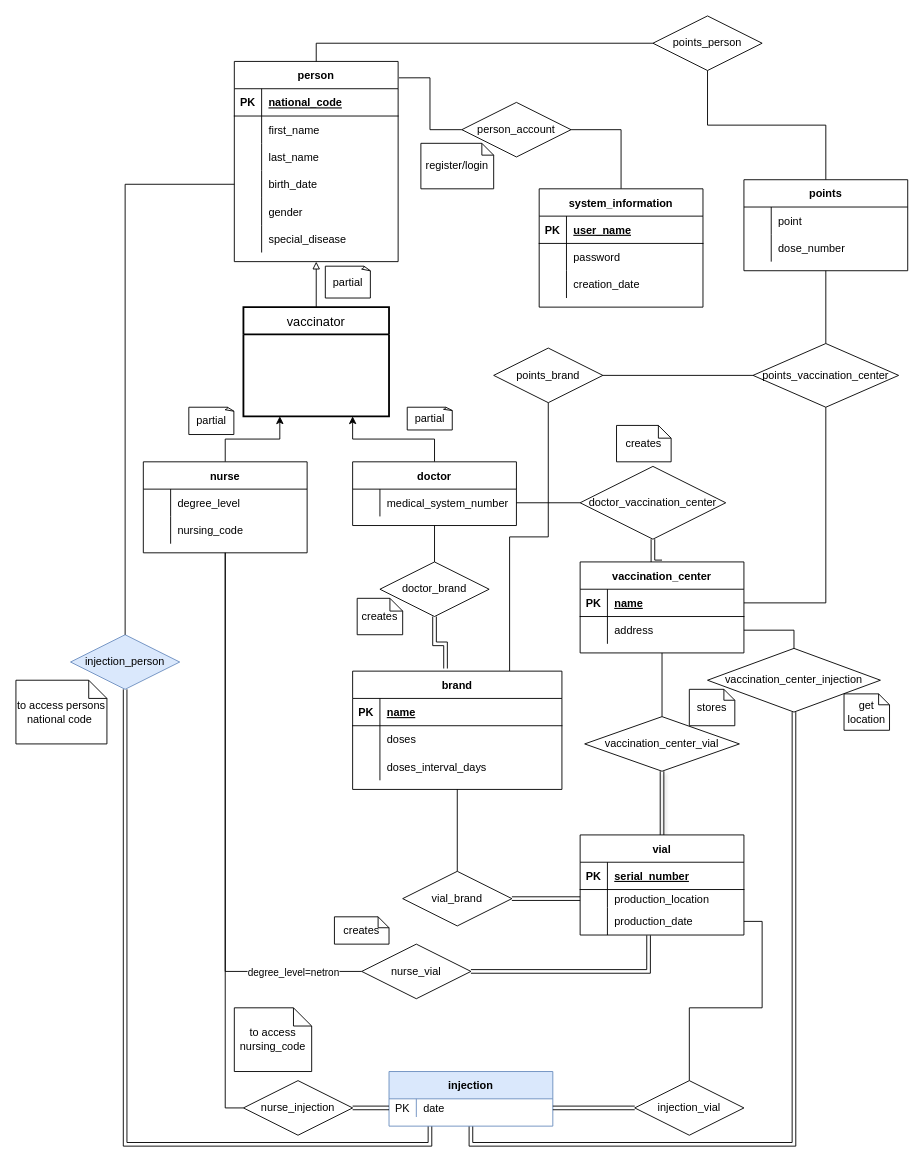
ali-moradzade/db-vaccination-center keeps this draw.io diagram as project.drawio. Above is the earlier version. Source tidied: cells renumbered, new cells numbered last; positions are measured from the earlier drawing's top-left corner, leaving out a move shared by most shapes. Both pictures are drawn from the tidied source at 91%, with x=0, y=0 at pixel (15, 15).
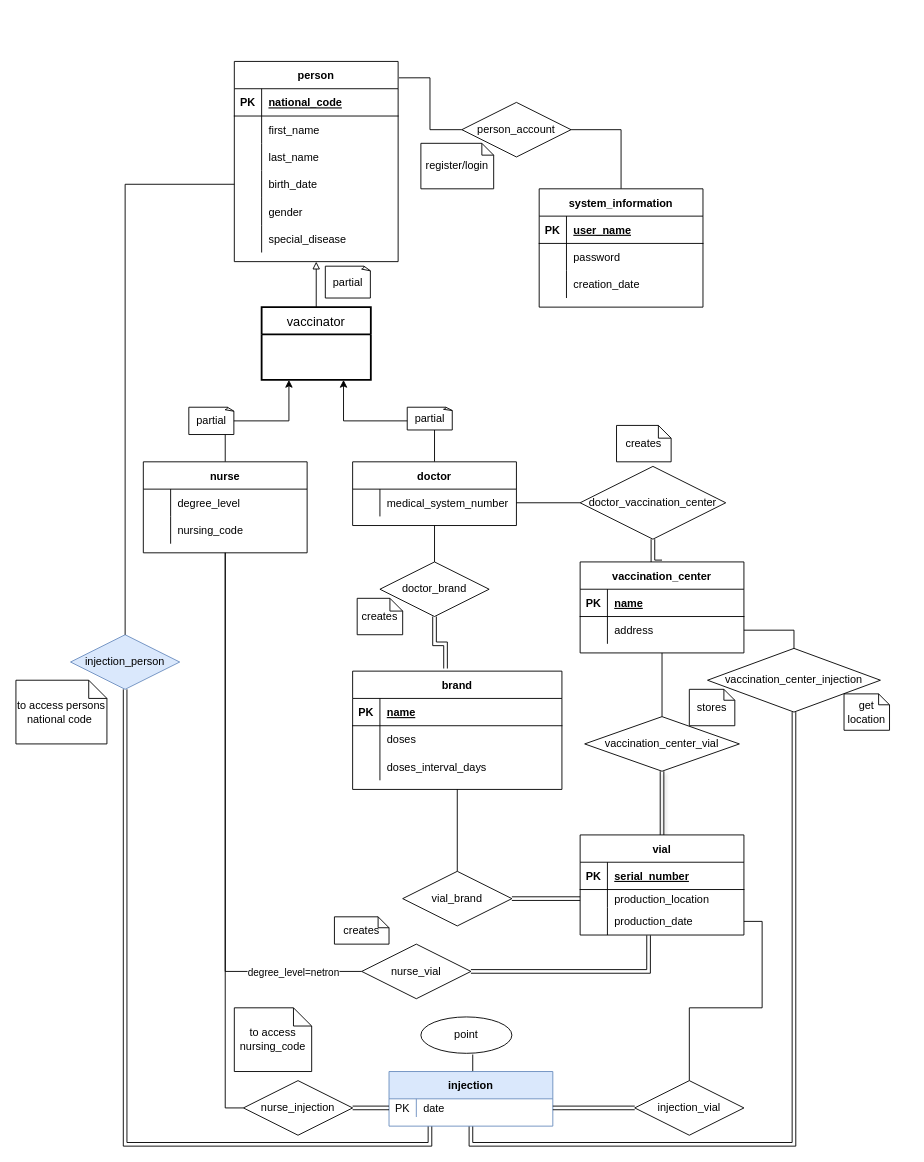
After the change.

Commit message (it also covers changes not shown here):
doing some refactoring, changing some ER diagrams and tables

The change refers to these unchanged cells:
```xml
<mxCell id="2" value="person" style="shape=table;startSize=30;childLayout=tableLayout;rowLines=0;fontStyle=1;align=center;" parent="1" vertex="1">
  <mxGeometry x="240" y="50" width="180" height="220" as="geometry" />
</mxCell>
<mxCell id="43" value="brand" style="shape=table;startSize=30;childLayout=tableLayout;rowLines=0;fontStyle=1;align=center;" parent="1" vertex="1">
  <mxGeometry x="370" y="720" width="230" height="130" as="geometry" />
</mxCell>
<mxCell id="59" style="shape=tableRow;horizontal=0;startSize=0;swimlaneHead=0;swimlaneBody=0;fillColor=none;points=[[0,0.5],[1,0.5]];portConstraint=eastwest;top=0;left=0;right=0;bottom=1;" parent="58" vertex="1">
  <mxGeometry y="30" width="180" height="30" as="geometry" />
</mxCell>
<mxCell id="100" value="injection" style="shape=table;startSize=30;childLayout=tableLayout;rowLines=0;fontStyle=1;align=center;rounded=0;fillColor=#dae8fc;strokeColor=#6c8ebf;" parent="1" vertex="1">
  <mxGeometry x="410" y="1160" width="180" height="60" as="geometry" />
</mxCell>
```

What changed in the source:
```diff
@@
     <mxCell id="22" value="vaccinator" style="swimlane;horizontal=1;startSize=30;rounded=0;fontSize=14;fontStyle=0;strokeWidth=2;shadow=0;dashed=0;align=center;" parent="1" vertex="1">
-      <mxGeometry x="250" y="320" width="160" height="120" as="geometry" />
+      <mxGeometry x="270" y="320" width="120" height="80" as="geometry" />
     </mxCell>
@@
-    <mxCell id="42" style="edgeStyle=orthogonalEdgeStyle;rounded=0;jettySize=auto;html=1;exitX=0.75;exitY=0;exitDx=0;exitDy=0;entryX=0.5;entryY=1;entryDx=0;entryDy=0;endArrow=none;endFill=0;" parent="1" edge="1" source="43" target="134">
-      <mxGeometry relative="1" as="geometry" />
-    </mxCell>
@@
+    <mxCell id="135" style="edgeStyle=orthogonalEdgeStyle;rounded=0;jettySize=auto;html=1;exitX=0.5;exitY=0;exitDx=0;exitDy=0;entryX=0.57;entryY=1.033;entryDx=0;entryDy=0;entryPerimeter=0;endArrow=none;endFill=0;" parent="1" edge="1" source="100" target="124">
+      <mxGeometry relative="1" as="geometry" />
+    </mxCell>
@@
-    <mxCell id="120" style="edgeStyle=orthogonalEdgeStyle;rounded=0;jettySize=auto;html=1;exitX=0.5;exitY=0;exitDx=0;exitDy=0;endArrow=none;endFill=0;" parent="1" edge="1" source="121" target="133">
-      <mxGeometry relative="1" as="geometry" />
-    </mxCell>
-    <mxCell id="121" value="points" style="shape=table;startSize=30;childLayout=tableLayout;rowLines=0;fontStyle=1;align=center;" parent="1" vertex="1">
-      <mxGeometry x="800" y="180" width="180" height="100" as="geometry" />
-    </mxCell>
-    <mxCell id="122" style="shape=tableRow;horizontal=0;startSize=0;swimlaneHead=0;swimlaneBody=0;fillColor=none;top=0;left=0;right=0;bottom=0;" parent="121" vertex="1">
-      <mxGeometry y="30" width="180" height="30" as="geometry" />
-    </mxCell>
-    <mxCell id="123" style="shape=partialRectangle;fillColor=none;top=0;left=0;bottom=0;right=0;overflow=hidden;" parent="122" vertex="1">
-      <mxGeometry width="30" height="30" as="geometry" />
-    </mxCell>
-    <mxCell id="124" value="point" style="shape=partialRectangle;fillColor=none;top=0;left=0;bottom=0;right=0;align=left;spacingLeft=6;overflow=hidden;" parent="122" vertex="1">
-      <mxGeometry x="30" width="150" height="30" as="geometry" />
+    <mxCell id="124" value="point" style="ellipse;whiteSpace=wrap;html=1;align=center;" parent="1" vertex="1">
+      <mxGeometry x="445" y="1100" width="100" height="40" as="geometry" />
     </mxCell>
-    <mxCell id="125" style="shape=tableRow;horizontal=0;startSize=0;swimlaneHead=0;swimlaneBody=0;fillColor=none;top=0;left=0;right=0;bottom=0;" parent="121" vertex="1">
-      <mxGeometry y="60" width="180" height="30" as="geometry" />
-    </mxCell>
-    <mxCell id="126" style="shape=partialRectangle;fillColor=none;top=0;left=0;bottom=0;right=0;overflow=hidden;" parent="125" vertex="1">
-      <mxGeometry width="30" height="30" as="geometry" />
-    </mxCell>
-    <mxCell id="127" value="dose_number" style="shape=partialRectangle;fillColor=none;top=0;left=0;bottom=0;right=0;align=left;spacingLeft=6;overflow=hidden;" parent="125" vertex="1">
-      <mxGeometry x="30" width="150" height="30" as="geometry" />
-    </mxCell>
-    <mxCell id="128" style="edgeStyle=orthogonalEdgeStyle;rounded=0;jettySize=auto;html=1;exitX=0.5;exitY=0;exitDx=0;exitDy=0;entryX=0.5;entryY=1;entryDx=0;entryDy=0;endArrow=none;endFill=0;" parent="1" edge="1" source="130" target="121">
-      <mxGeometry relative="1" as="geometry" />
-    </mxCell>
-    <mxCell id="129" style="edgeStyle=orthogonalEdgeStyle;rounded=0;jettySize=auto;html=1;exitX=0;exitY=0.5;exitDx=0;exitDy=0;entryX=1;entryY=0.5;entryDx=0;entryDy=0;endArrow=none;endFill=0;" parent="1" edge="1" source="130" target="134">
-      <mxGeometry relative="1" as="geometry" />
-    </mxCell>
-    <mxCell id="130" value="points_vaccination_center" style="shape=rhombus;perimeter=rhombusPerimeter;whiteSpace=wrap;html=1;align=center;" parent="1" vertex="1">
-      <mxGeometry x="810" y="360" width="160" height="70" as="geometry" />
-    </mxCell>
-    <mxCell id="131" style="edgeStyle=orthogonalEdgeStyle;rounded=0;jettySize=auto;html=1;exitX=1;exitY=0.5;exitDx=0;exitDy=0;entryX=0.5;entryY=1;entryDx=0;entryDy=0;endArrow=none;endFill=0;" parent="1" edge="1" source="59" target="130">
-      <mxGeometry relative="1" as="geometry" />
-    </mxCell>
-    <mxCell id="132" style="edgeStyle=orthogonalEdgeStyle;rounded=0;jettySize=auto;html=1;exitX=0;exitY=0.5;exitDx=0;exitDy=0;entryX=0.5;entryY=0;entryDx=0;entryDy=0;endArrow=none;endFill=0;" parent="1" edge="1" source="133" target="2">
-      <mxGeometry relative="1" as="geometry" />
-    </mxCell>
-    <mxCell id="133" value="points_person" style="shape=rhombus;perimeter=rhombusPerimeter;whiteSpace=wrap;html=1;align=center;" parent="1" vertex="1">
-      <mxGeometry x="700" width="120" height="60" as="geometry" />
-    </mxCell>
-    <mxCell id="134" value="points_brand" style="shape=rhombus;perimeter=rhombusPerimeter;whiteSpace=wrap;html=1;align=center;" parent="1" vertex="1">
-      <mxGeometry x="525" y="365" width="120" height="60" as="geometry" />
-    </mxCell>
```
